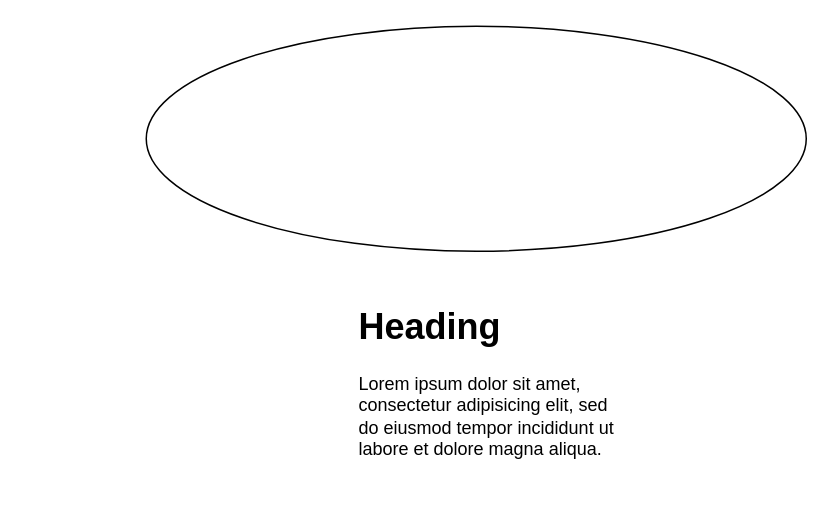
The draw.io diagram 未命名绘图.drawio in leiuniy/docs, before the edit. Source tidied: cells renumbered, new cells numbered last; positions are measured from the earlier drawing's top-left corner, leaving out a move shared by most shapes. Both pictures are drawn from the tidied source at 150%, with x=0, y=0 at pixel (146, 26).
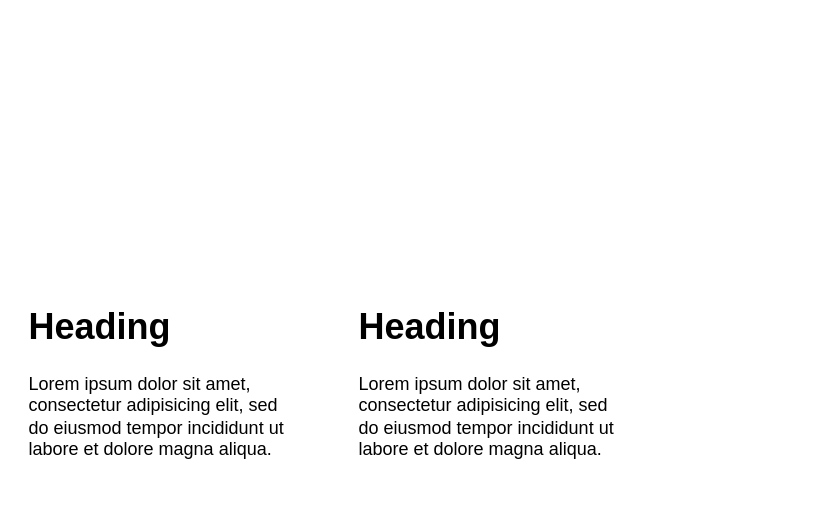
The same page after the edit.

Commit message:
已添加 未命名绘图.drawio

Diff of the diagram source:
```diff
@@
 <mxGraphModel>
   <root>
     <mxCell id="0" />
     <mxCell id="1" parent="0" />
     <mxCell id="2" value="&lt;h1 style=&quot;margin-top: 0px;&quot;&gt;Heading&lt;/h1&gt;&lt;p&gt;Lorem ipsum dolor sit amet, consectetur adipisicing elit, sed do eiusmod tempor incididunt ut labore et dolore magna aliqua.&lt;/p&gt;" style="text;html=1;whiteSpace=wrap;overflow=hidden;rounded=0;" parent="1" vertex="1">
       <mxGeometry x="140" y="180" width="180" height="120" as="geometry" />
     </mxCell>
-    <mxCell id="3" style="ellipse;whiteSpace=wrap;html=1;" parent="1" vertex="1">
-      <mxGeometry width="440" height="150" as="geometry" />
-    </mxCell>
+    <mxCell id="4" value="&lt;h1 style=&quot;margin-top: 0px;&quot;&gt;Heading&lt;/h1&gt;&lt;p&gt;Lorem ipsum dolor sit amet, consectetur adipisicing elit, sed do eiusmod tempor incididunt ut labore et dolore magna aliqua.&lt;/p&gt;" style="text;html=1;whiteSpace=wrap;overflow=hidden;rounded=0;" parent="1" vertex="1">
+      <mxGeometry x="-80" y="180" width="180" height="120" as="geometry" />
+    </mxCell>
   </root>
 </mxGraphModel>
```
